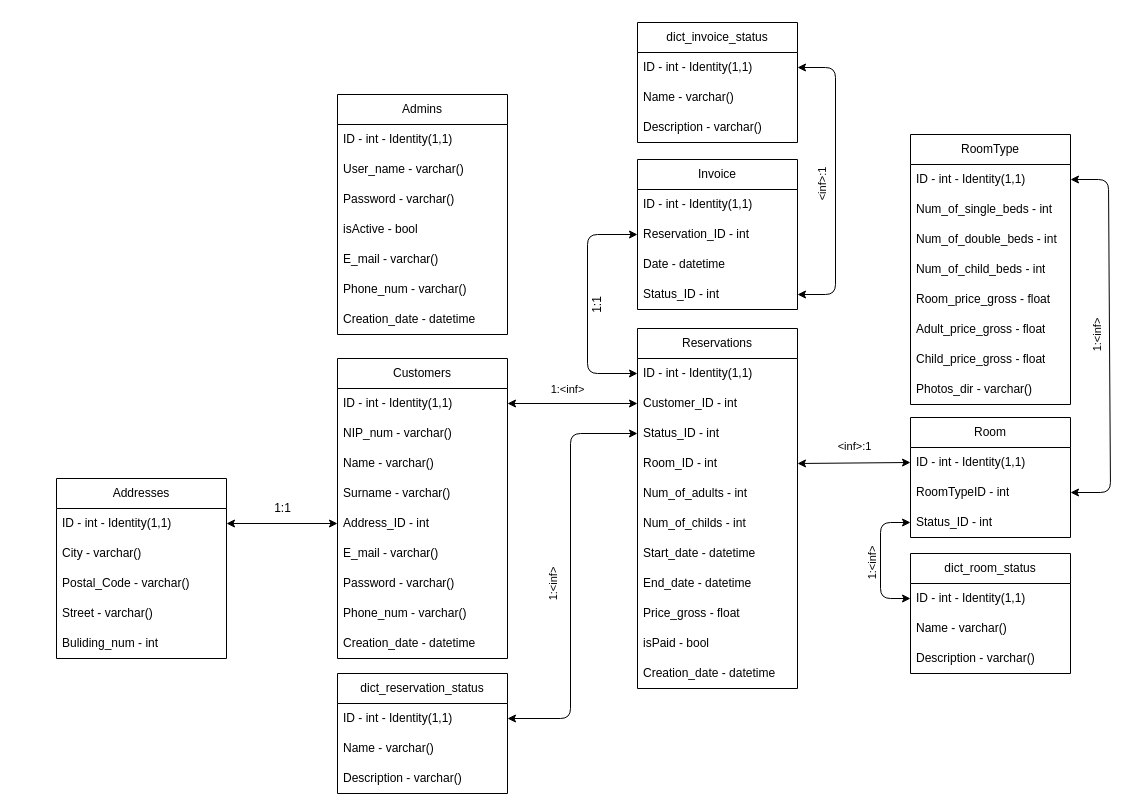
The draw.io diagram DrawioSource/DB_model.drawio in PLProjektKompetencyjny/PK_6IO1z_Projekt4_DataBase, before the edit. Source tidied: cells renumbered, new cells numbered last; positions are measured from the earlier drawing's top-left corner, leaving out a move shared by most shapes. Both pictures are drawn from the tidied source at 100%, with x=0, y=0 at pixel (56, 22).
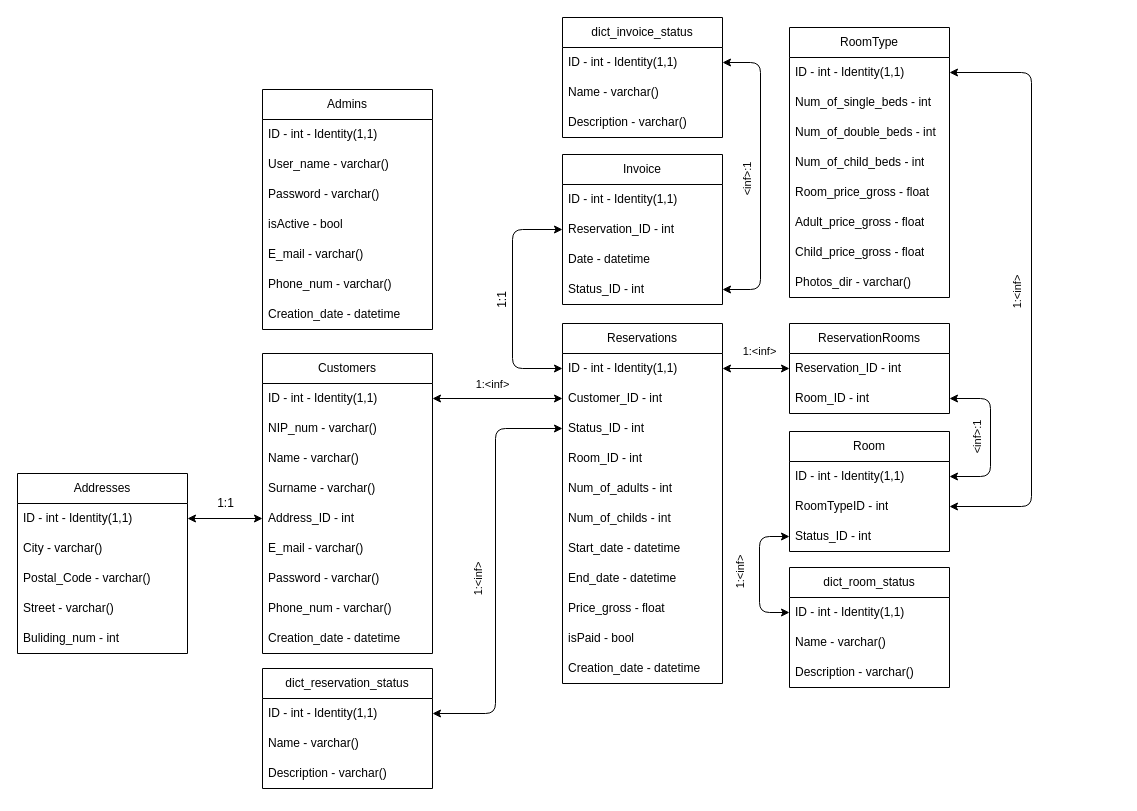
The same diagram, later.

Commit message (it also covers changes not shown here):
add support for multiroom reservations

The change refers to these unchanged cells:
```xml
<mxCell id="28" value="ID - int - Identity(1,1)" style="text;strokeColor=none;fillColor=none;align=left;verticalAlign=middle;spacingLeft=4;spacingRight=4;overflow=hidden;points=[[0,0.5],[1,0.5]];portConstraint=eastwest;whiteSpace=wrap;html=1;" parent="27" vertex="1">
  <mxGeometry y="30" width="160" height="30" as="geometry" />
</mxCell>
<mxCell id="30" value="Status_ID - int" style="text;strokeColor=none;fillColor=none;align=left;verticalAlign=middle;spacingLeft=4;spacingRight=4;overflow=hidden;points=[[0,0.5],[1,0.5]];portConstraint=eastwest;whiteSpace=wrap;html=1;" parent="27" vertex="1">
  <mxGeometry y="90" width="160" height="30" as="geometry" />
</mxCell>
<mxCell id="31" value="Room_ID - int" style="text;strokeColor=none;fillColor=none;align=left;verticalAlign=middle;spacingLeft=4;spacingRight=4;overflow=hidden;points=[[0,0.5],[1,0.5]];portConstraint=eastwest;whiteSpace=wrap;html=1;" parent="27" vertex="1">
  <mxGeometry y="120" width="160" height="30" as="geometry" />
</mxCell>
<mxCell id="40" value="ID - int - Identity(1,1)" style="text;strokeColor=none;fillColor=none;align=left;verticalAlign=middle;spacingLeft=4;spacingRight=4;overflow=hidden;points=[[0,0.5],[1,0.5]];portConstraint=eastwest;whiteSpace=wrap;html=1;" parent="39" vertex="1">
  <mxGeometry y="30" width="160" height="30" as="geometry" />
</mxCell>
<mxCell id="41" value="RoomTypeID - int" style="text;strokeColor=none;fillColor=none;align=left;verticalAlign=middle;spacingLeft=4;spacingRight=4;overflow=hidden;points=[[0,0.5],[1,0.5]];portConstraint=eastwest;whiteSpace=wrap;html=1;" parent="39" vertex="1">
  <mxGeometry y="60" width="160" height="30" as="geometry" />
</mxCell>
<mxCell id="42" value="Status_ID - int" style="text;strokeColor=none;fillColor=none;align=left;verticalAlign=middle;spacingLeft=4;spacingRight=4;overflow=hidden;points=[[0,0.5],[1,0.5]];portConstraint=eastwest;whiteSpace=wrap;html=1;" parent="39" vertex="1">
  <mxGeometry y="90" width="160" height="30" as="geometry" />
</mxCell>
<mxCell id="48" value="Reservation_ID - int" style="text;strokeColor=none;fillColor=none;align=left;verticalAlign=middle;spacingLeft=4;spacingRight=4;overflow=hidden;points=[[0,0.5],[1,0.5]];portConstraint=eastwest;whiteSpace=wrap;html=1;" parent="46" vertex="1">
  <mxGeometry y="60" width="160" height="30" as="geometry" />
</mxCell>
<mxCell id="50" value="Status_ID - int" style="text;strokeColor=none;fillColor=none;align=left;verticalAlign=middle;spacingLeft=4;spacingRight=4;overflow=hidden;points=[[0,0.5],[1,0.5]];portConstraint=eastwest;whiteSpace=wrap;html=1;" parent="46" vertex="1">
  <mxGeometry y="120" width="160" height="30" as="geometry" />
</mxCell>
<mxCell id="55" value="ID - int - Identity(1,1)" style="text;strokeColor=none;fillColor=none;align=left;verticalAlign=middle;spacingLeft=4;spacingRight=4;overflow=hidden;points=[[0,0.5],[1,0.5]];portConstraint=eastwest;whiteSpace=wrap;html=1;" parent="54" vertex="1">
  <mxGeometry y="30" width="160" height="30" as="geometry" />
</mxCell>
<mxCell id="65" value="ID - int - Identity(1,1)" style="text;strokeColor=none;fillColor=none;align=left;verticalAlign=middle;spacingLeft=4;spacingRight=4;overflow=hidden;points=[[0,0.5],[1,0.5]];portConstraint=eastwest;whiteSpace=wrap;html=1;" parent="64" vertex="1">
  <mxGeometry y="30" width="160" height="30" as="geometry" />
</mxCell>
<mxCell id="69" value="ID - int - Identity(1,1)" style="text;strokeColor=none;fillColor=none;align=left;verticalAlign=middle;spacingLeft=4;spacingRight=4;overflow=hidden;points=[[0,0.5],[1,0.5]];portConstraint=eastwest;whiteSpace=wrap;html=1;" parent="68" vertex="1">
  <mxGeometry y="30" width="170" height="30" as="geometry" />
</mxCell>
<mxCell id="79" value="ID - int - Identity(1,1)" style="text;strokeColor=none;fillColor=none;align=left;verticalAlign=middle;spacingLeft=4;spacingRight=4;overflow=hidden;points=[[0,0.5],[1,0.5]];portConstraint=eastwest;whiteSpace=wrap;html=1;" parent="78" vertex="1">
  <mxGeometry y="30" width="160" height="30" as="geometry" />
</mxCell>
```

What changed in the source:
```diff
@@
     <mxCell id="2" value="Customers" style="swimlane;fontStyle=0;horizontal=1;startSize=30;whiteSpace=wrap;html=1;" parent="1" vertex="1">
-      <mxGeometry x="281" y="336" width="170" height="300" as="geometry" />
+      <mxGeometry x="206" y="331" width="170" height="300" as="geometry" />
     </mxCell>
@@
     <mxCell id="12" value="Addresses" style="swimlane;fontStyle=0;horizontal=1;startSize=30;whiteSpace=wrap;html=1;" parent="1" vertex="1">
-      <mxGeometry y="456" width="170" height="180" as="geometry" />
+      <mxGeometry x="-39" y="451" width="170" height="180" as="geometry" />
     </mxCell>
@@
     <mxCell id="18" value="1:1" style="text;html=1;align=center;verticalAlign=middle;strokeColor=none;fillColor=none;rotation=0;" parent="1" vertex="1">
-      <mxGeometry x="206" y="471" width="40" height="30" as="geometry" />
+      <mxGeometry x="149" y="466" width="40" height="30" as="geometry" />
     </mxCell>
     <mxCell id="19" value="Admins" style="swimlane;fontStyle=0;horizontal=1;startSize=30;whiteSpace=wrap;html=1;" parent="1" vertex="1">
-      <mxGeometry x="281" y="72" width="170" height="240" as="geometry" />
+      <mxGeometry x="206" y="67" width="170" height="240" as="geometry" />
     </mxCell>
@@
     <mxCell id="27" value="Reservations" style="swimlane;fontStyle=0;horizontal=1;startSize=30;whiteSpace=wrap;html=1;" parent="1" vertex="1">
-      <mxGeometry x="581" y="306" width="160" height="360" as="geometry" />
+      <mxGeometry x="506" y="301" width="160" height="360" as="geometry" />
     </mxCell>
@@
     <mxCell id="39" value="Room" style="swimlane;fontStyle=0;horizontal=1;startSize=30;whiteSpace=wrap;html=1;" parent="1" vertex="1">
-      <mxGeometry x="854" y="395" width="160" height="120" as="geometry" />
+      <mxGeometry x="733" y="409" width="160" height="120" as="geometry" />
     </mxCell>
@@
     <mxCell id="44" value="1:&amp;lt;inf&amp;gt;" style="text;html=1;align=center;verticalAlign=middle;strokeColor=none;fillColor=none;fontSize=11;fontFamily=Helvetica;fontColor=default;" parent="1" vertex="1">
-      <mxGeometry x="481" y="352" width="60" height="30" as="geometry" />
+      <mxGeometry x="406" y="347" width="60" height="30" as="geometry" />
     </mxCell>
-    <mxCell id="45" value="&amp;lt;inf&amp;gt;:1" style="text;html=1;align=center;verticalAlign=middle;strokeColor=none;fillColor=none;fontSize=11;fontFamily=Helvetica;fontColor=default;" parent="1" vertex="1">
-      <mxGeometry x="768" y="409" width="60" height="30" as="geometry" />
+    <mxCell id="45" value="&amp;lt;inf&amp;gt;:1" style="text;html=1;align=center;verticalAlign=middle;strokeColor=none;fillColor=none;fontSize=11;fontFamily=Helvetica;fontColor=default;rotation=-90;" parent="1" vertex="1">
+      <mxGeometry x="891" y="400" width="60" height="30" as="geometry" />
     </mxCell>
     <mxCell id="46" value="Invoice" style="swimlane;fontStyle=0;horizontal=1;startSize=30;whiteSpace=wrap;html=1;" parent="1" vertex="1">
-      <mxGeometry x="581" y="137" width="160" height="150" as="geometry" />
+      <mxGeometry x="506" y="132" width="160" height="150" as="geometry" />
     </mxCell>
@@
     <mxCell id="51" style="edgeStyle=none;shape=connector;rounded=1;html=1;exitX=0;exitY=0.5;exitDx=0;exitDy=0;entryX=0;entryY=0.5;entryDx=0;entryDy=0;labelBackgroundColor=default;strokeColor=default;fontFamily=Helvetica;fontSize=11;fontColor=default;startArrow=classic;startFill=1;endArrow=classic;" parent="1" edge="1" source="28" target="48">
       <mxGeometry relative="1" as="geometry">
         <Array as="points">
-          <mxPoint x="531" y="351" />
-          <mxPoint x="531" y="212" />
+          <mxPoint x="456" y="346" />
+          <mxPoint x="456" y="207" />
         </Array>
       </mxGeometry>
     </mxCell>
     <mxCell id="52" value="1:1" style="text;html=1;align=center;verticalAlign=middle;strokeColor=none;fillColor=none;rotation=-90;" parent="1" vertex="1">
-      <mxGeometry x="521" y="268" width="40" height="30" as="geometry" />
+      <mxGeometry x="426" y="263" width="40" height="30" as="geometry" />
     </mxCell>
@@
     <mxCell id="54" value="RoomType" style="swimlane;fontStyle=0;horizontal=1;startSize=30;whiteSpace=wrap;html=1;" parent="1" vertex="1">
-      <mxGeometry x="854" y="112" width="160" height="270" as="geometry" />
+      <mxGeometry x="733" y="5" width="160" height="270" as="geometry" />
     </mxCell>
@@
     <mxCell id="63" value="1:&amp;lt;inf&amp;gt;" style="text;html=1;align=center;verticalAlign=middle;strokeColor=none;fillColor=none;fontSize=11;fontFamily=Helvetica;fontColor=default;rotation=-90;" parent="1" vertex="1">
-      <mxGeometry x="1011" y="298" width="60" height="30" as="geometry" />
+      <mxGeometry x="931" y="255" width="60" height="30" as="geometry" />
     </mxCell>
+    <mxCell id="84" value="ReservationRooms" style="swimlane;fontStyle=0;horizontal=1;startSize=30;whiteSpace=wrap;html=1;" parent="1" vertex="1">
+      <mxGeometry x="733" y="301" width="160" height="90" as="geometry" />
+    </mxCell>
+    <mxCell id="85" value="Reservation_ID - int&amp;nbsp;" style="text;strokeColor=none;fillColor=none;align=left;verticalAlign=middle;spacingLeft=4;spacingRight=4;overflow=hidden;points=[[0,0.5],[1,0.5]];portConstraint=eastwest;whiteSpace=wrap;html=1;" parent="84" vertex="1">
+      <mxGeometry y="30" width="160" height="30" as="geometry" />
+    </mxCell>
+    <mxCell id="86" value="Room_ID - int" style="text;strokeColor=none;fillColor=none;align=left;verticalAlign=middle;spacingLeft=4;spacingRight=4;overflow=hidden;points=[[0,0.5],[1,0.5]];portConstraint=eastwest;whiteSpace=wrap;html=1;" parent="84" vertex="1">
+      <mxGeometry y="60" width="160" height="30" as="geometry" />
+    </mxCell>
     <mxCell id="64" value="dict_invoice_status" style="swimlane;fontStyle=0;horizontal=1;startSize=30;whiteSpace=wrap;html=1;" parent="1" vertex="1">
-      <mxGeometry x="581" width="160" height="120" as="geometry" />
+      <mxGeometry x="506" y="-5" width="160" height="120" as="geometry" />
     </mxCell>
@@
+    <mxCell id="87" style="edgeStyle=none;html=1;exitX=1;exitY=0.5;exitDx=0;exitDy=0;entryX=0;entryY=0.5;entryDx=0;entryDy=0;startArrow=classic;startFill=1;" parent="1" edge="1" source="28" target="85">
+      <mxGeometry relative="1" as="geometry" />
+    </mxCell>
     <mxCell id="68" value="dict_reservation_status" style="swimlane;fontStyle=0;horizontal=1;startSize=30;whiteSpace=wrap;html=1;" parent="1" vertex="1">
-      <mxGeometry x="281" y="651" width="170" height="120" as="geometry" />
+      <mxGeometry x="206" y="646" width="170" height="120" as="geometry" />
     </mxCell>
@@
+    <mxCell id="88" value="1:&amp;lt;inf&amp;gt;" style="text;html=1;align=center;verticalAlign=middle;strokeColor=none;fillColor=none;fontSize=11;fontFamily=Helvetica;fontColor=default;" parent="1" vertex="1">
+      <mxGeometry x="677" y="316" width="52" height="25" as="geometry" />
+    </mxCell>
     <mxCell id="72" style="edgeStyle=none;html=1;exitX=1;exitY=0.5;exitDx=0;exitDy=0;entryX=1;entryY=0.5;entryDx=0;entryDy=0;startArrow=classic;startFill=1;" parent="1" edge="1" source="50" target="65">
       <mxGeometry relative="1" as="geometry">
         <Array as="points">
-          <mxPoint x="779" y="272" />
-          <mxPoint x="779" y="45" />
+          <mxPoint x="704" y="267" />
+          <mxPoint x="704" y="40" />
         </Array>
       </mxGeometry>
     </mxCell>
+    <mxCell id="89" style="edgeStyle=none;html=1;exitX=1;exitY=0.5;exitDx=0;exitDy=0;entryX=1;entryY=0.5;entryDx=0;entryDy=0;startArrow=classic;startFill=1;" parent="1" edge="1" source="86" target="40">
+      <mxGeometry relative="1" as="geometry">
+        <Array as="points">
+          <mxPoint x="934" y="376" />
+          <mxPoint x="934" y="454" />
+        </Array>
+      </mxGeometry>
+    </mxCell>
     <mxCell id="73" style="edgeStyle=none;html=1;exitX=1;exitY=0.5;exitDx=0;exitDy=0;entryX=0;entryY=0.5;entryDx=0;entryDy=0;startArrow=classic;startFill=1;" parent="1" edge="1" source="69" target="30">
       <mxGeometry relative="1" as="geometry">
         <Array as="points">
-          <mxPoint x="514" y="696" />
-          <mxPoint x="514" y="411" />
+          <mxPoint x="439" y="691" />
+          <mxPoint x="439" y="406" />
         </Array>
       </mxGeometry>
     </mxCell>
     <mxCell id="74" value="&amp;lt;inf&amp;gt;:1" style="text;html=1;align=center;verticalAlign=middle;strokeColor=none;fillColor=none;fontSize=11;fontFamily=Helvetica;fontColor=default;rotation=-90;" parent="1" vertex="1">
-      <mxGeometry x="736" y="147" width="60" height="30" as="geometry" />
+      <mxGeometry x="661" y="142" width="60" height="30" as="geometry" />
     </mxCell>
     <mxCell id="75" value="1:&amp;lt;inf&amp;gt;" style="text;html=1;align=center;verticalAlign=middle;strokeColor=none;fillColor=none;fontSize=11;fontFamily=Helvetica;fontColor=default;rotation=-90;" parent="1" vertex="1">
-      <mxGeometry x="467" y="547" width="60" height="30" as="geometry" />
+      <mxGeometry x="392" y="542" width="60" height="30" as="geometry" />
     </mxCell>
-    <mxCell id="76" style="edgeStyle=none;html=1;exitX=1;exitY=0.5;exitDx=0;exitDy=0;entryX=0;entryY=0.5;entryDx=0;entryDy=0;startArrow=classic;startFill=1;" parent="1" edge="1" source="31" target="40">
-      <mxGeometry relative="1" as="geometry" />
-    </mxCell>
-    <mxCell id="77" style="edgeStyle=none;html=1;exitX=1;exitY=0.5;exitDx=0;exitDy=0;entryX=1;entryY=0.5;entryDx=0;entryDy=0;startArrow=classic;startFill=1;" parent="1" edge="1" source="41" target="55">
-      <mxGeometry relative="1" as="geometry">
-        <Array as="points">
-          <mxPoint x="1054" y="470" />
-          <mxPoint x="1052" y="157" />
-        </Array>
-      </mxGeometry>
-    </mxCell>
     <mxCell id="78" value="dict_room_status" style="swimlane;fontStyle=0;horizontal=1;startSize=30;whiteSpace=wrap;html=1;" parent="1" vertex="1">
-      <mxGeometry x="854" y="531" width="160" height="120" as="geometry" />
+      <mxGeometry x="733" y="545" width="160" height="120" as="geometry" />
     </mxCell>
@@
     <mxCell id="82" style="edgeStyle=none;html=1;exitX=0;exitY=0.5;exitDx=0;exitDy=0;entryX=0;entryY=0.5;entryDx=0;entryDy=0;startArrow=classic;startFill=1;" parent="1" edge="1" source="79" target="42">
       <mxGeometry relative="1" as="geometry">
         <Array as="points">
-          <mxPoint x="824" y="576" />
-          <mxPoint x="824" y="500" />
+          <mxPoint x="703" y="590" />
+          <mxPoint x="703" y="514" />
         </Array>
       </mxGeometry>
     </mxCell>
     <mxCell id="83" value="1:&amp;lt;inf&amp;gt;" style="text;html=1;align=center;verticalAlign=middle;strokeColor=none;fillColor=none;fontSize=11;fontFamily=Helvetica;fontColor=default;rotation=-90;" parent="1" vertex="1">
-      <mxGeometry x="786" y="526" width="60" height="30" as="geometry" />
+      <mxGeometry x="654" y="535" width="60" height="30" as="geometry" />
     </mxCell>
+    <mxCell id="77" style="edgeStyle=none;html=1;exitX=1;exitY=0.5;exitDx=0;exitDy=0;entryX=1;entryY=0.5;entryDx=0;entryDy=0;startArrow=classic;startFill=1;" parent="1" edge="1" source="41" target="55">
+      <mxGeometry relative="1" as="geometry">
+        <Array as="points">
+          <mxPoint x="975" y="484" />
+          <mxPoint x="975" y="50" />
+        </Array>
+      </mxGeometry>
+    </mxCell>
```
